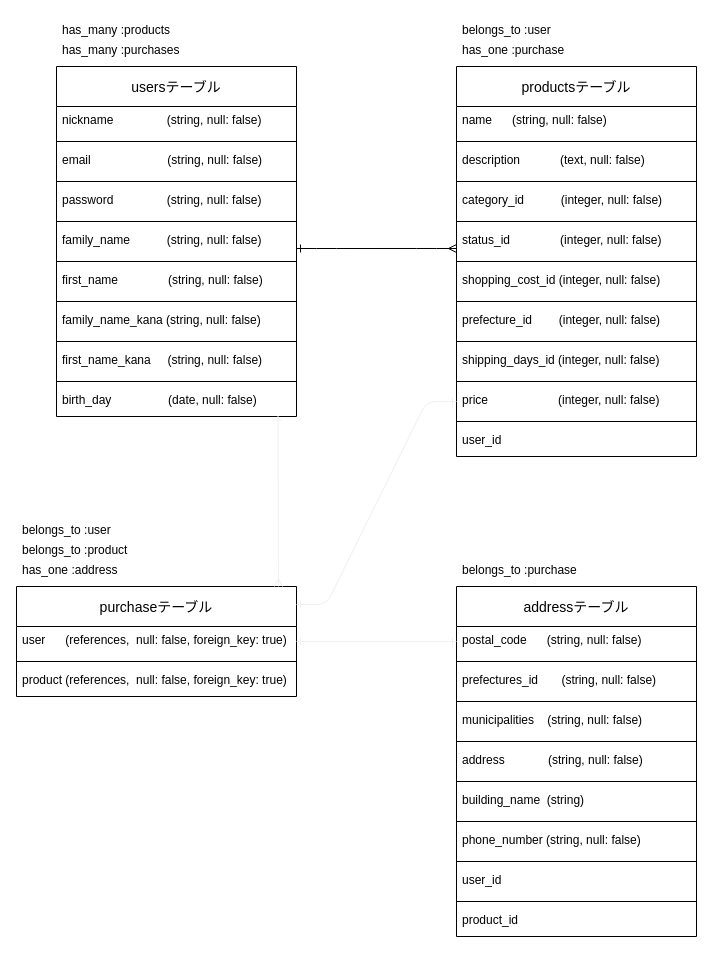
okurakota/furima-30558 keeps this draw.io diagram as ERD.dio. Above is the earlier version. Source tidied: cells renumbered, new cells numbered last; positions are measured from the earlier drawing's top-left corner, leaving out a move shared by most shapes. Both pictures are drawn from the tidied source at 100%, with x=0, y=0 at pixel (16, 16).
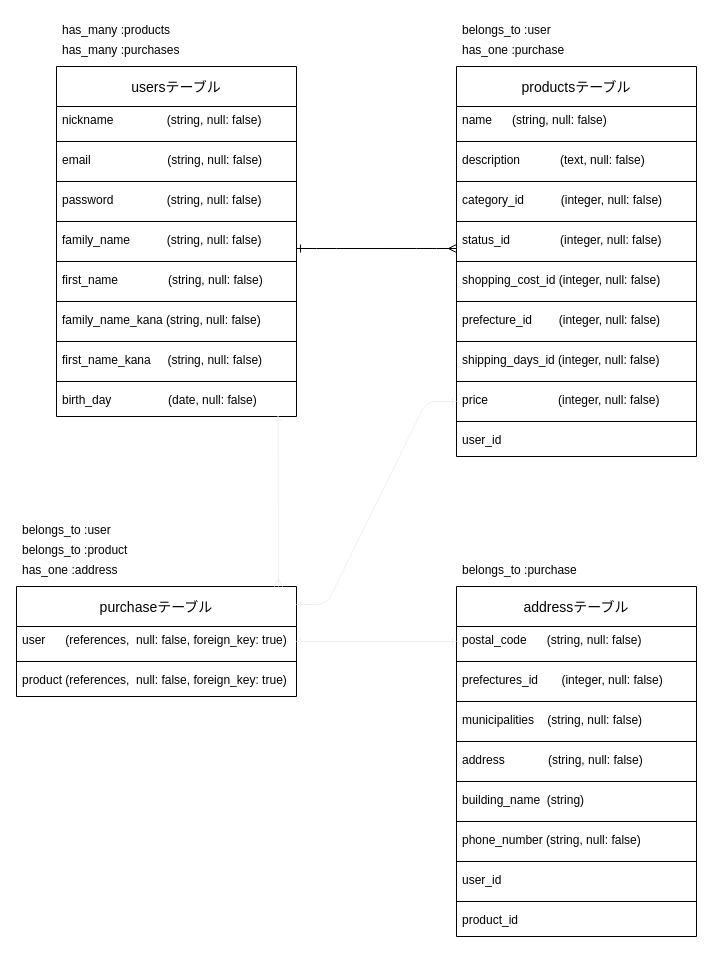
The same diagram, later.

Commit message (it also covers changes not shown here):
stringをintegerに変更しました。

Unchanged cells that the change refers to:
```xml
<mxCell id="41" value="addressテーブル" style="swimlane;fontStyle=0;horizontal=1;startSize=40;align=center;fontSize=14;" parent="1" vertex="1">
  <mxGeometry x="440" y="570" width="240" height="350" as="geometry" />
</mxCell>
```

Change to the diagram source:
```diff
@@
-    <mxCell id="44" value="prefectures_id       (string, null: false)" style="text;strokeColor=none;fillColor=none;spacingLeft=4;spacingRight=4;overflow=hidden;fontSize=12;" parent="41" vertex="1">
+    <mxCell id="44" value="prefectures_id       (integer, null: false)" style="text;strokeColor=none;fillColor=none;spacingLeft=4;spacingRight=4;overflow=hidden;fontSize=12;" parent="41" vertex="1">
       <mxGeometry y="80" width="240" height="30" as="geometry" />
     </mxCell>
```
